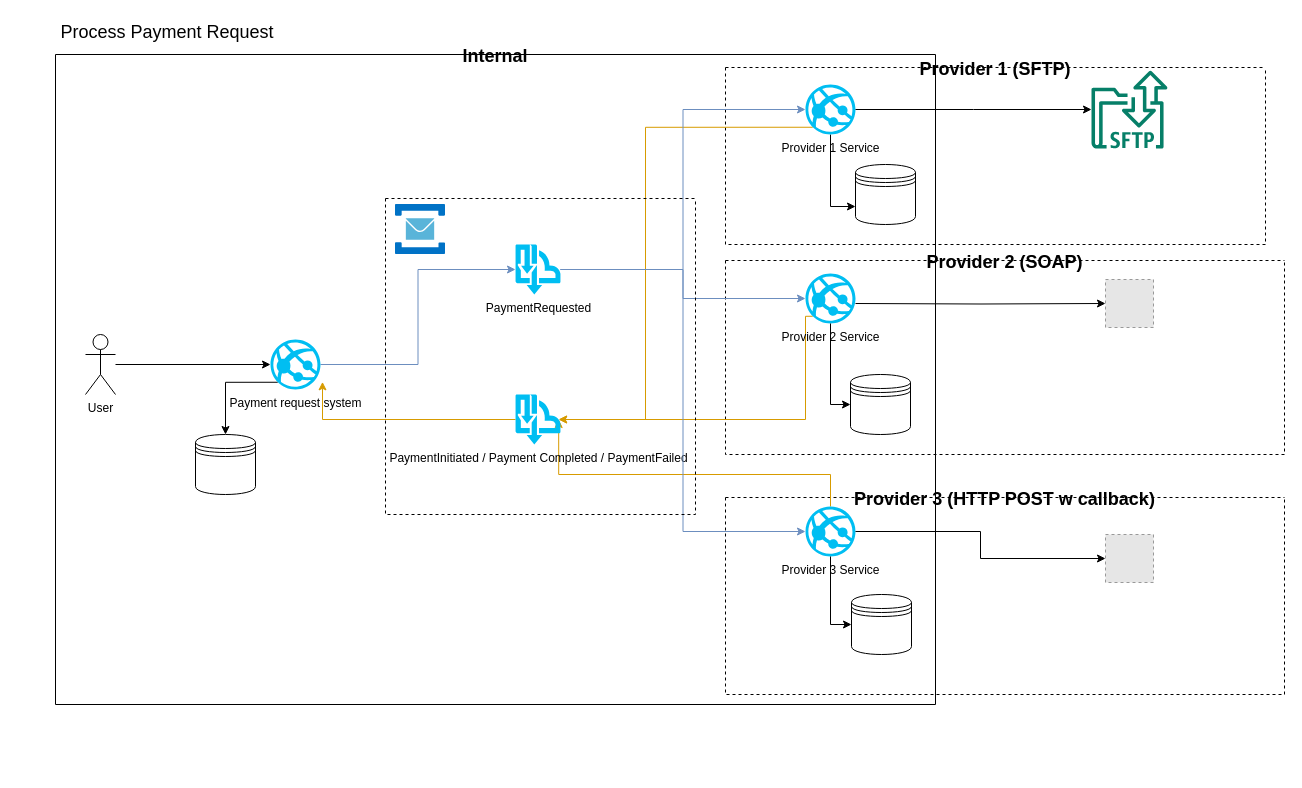
This is system-overview.drawio from blundell89/design-dojo, a draw.io file, before an edit. Source tidied: cells renumbered, new cells numbered last; positions are measured from the earlier drawing's top-left corner, leaving out a move shared by most shapes. Both pictures are drawn from the tidied source at 100%, with x=0, y=0 at pixel (17, 17). Pictures stored in the file or linked from it are replaced by grey dashed boxes.
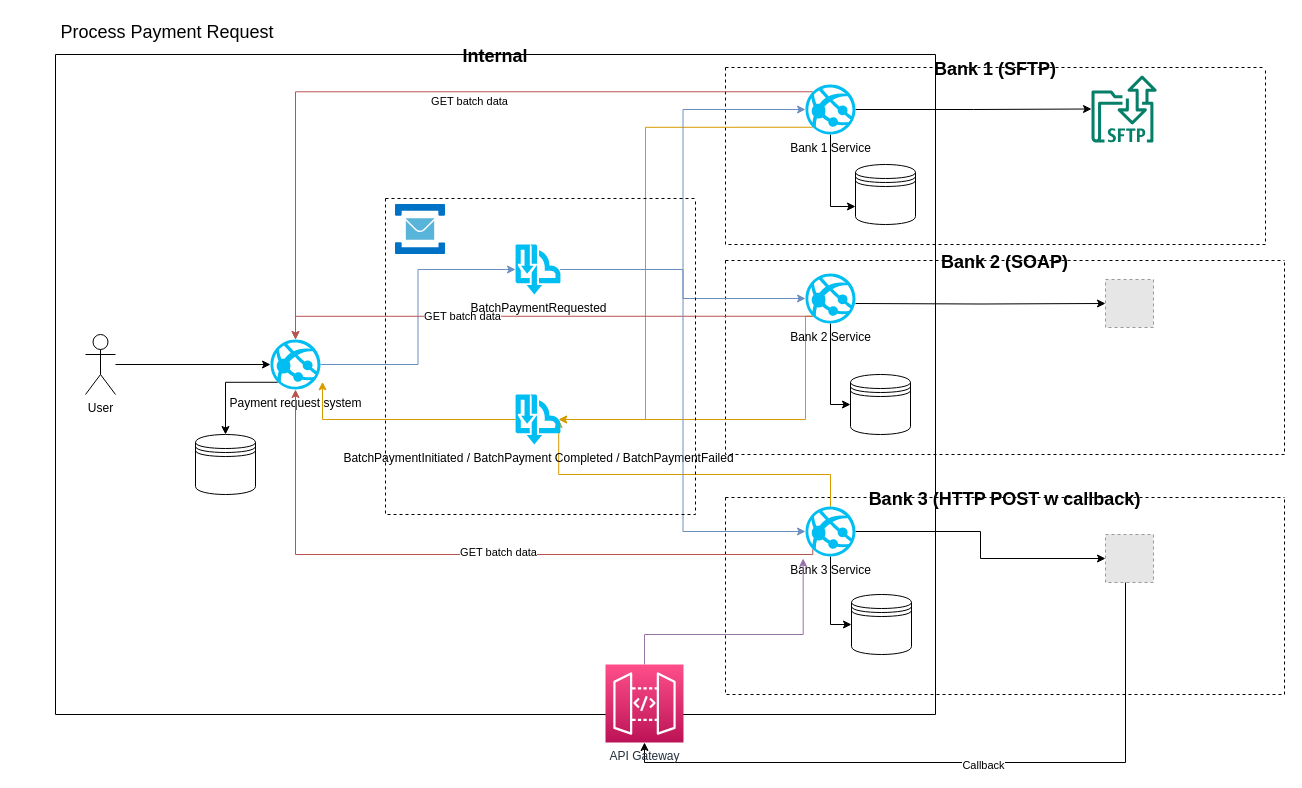
The same page after the edit.

Unchanged cells that the change refers to:
```xml
<mxCell id="5" style="fillColor=#E6E6E6;strokeColor=#999999;dashed=1;verticalLabelPosition=bottom;labelBackgroundColor=#ffffff;verticalAlign=top;" parent="4" vertex="1">
  <mxGeometry x="380" y="19" width="48" height="48" as="geometry" />
</mxCell>
<mxCell id="7" style="fillColor=#E6E6E6;strokeColor=#999999;dashed=1;verticalLabelPosition=bottom;labelBackgroundColor=#ffffff;verticalAlign=top;" parent="6" vertex="1">
  <mxGeometry x="380" y="37" width="48" height="48" as="geometry" />
</mxCell>
<mxCell id="11" value="Payment request system" style="verticalLabelPosition=bottom;html=1;verticalAlign=top;align=center;strokeColor=none;fillColor=#00BEF2;shape=mxgraph.azure.azure_website;" parent="8" vertex="1">
  <mxGeometry x="215" y="285" width="50" height="50" as="geometry" />
</mxCell>
```

Diff of the diagram source:
```diff
@@
-    <mxCell id="2" value="Provider 1 (SFTP)" style="swimlane;startSize=0;dashed=1;fontSize=18;" parent="1" vertex="1">
+    <mxCell id="2" value="Bank 1 (SFTP)" style="swimlane;startSize=0;dashed=1;fontSize=18;" parent="1" vertex="1">
       <mxGeometry x="708" y="50" width="540" height="177" as="geometry" />
     </mxCell>
     <mxCell id="3" style="sketch=0;outlineConnect=0;fontColor=#232F3E;gradientColor=none;fillColor=#067F68;strokeColor=none;dashed=0;verticalLabelPosition=bottom;verticalAlign=top;align=center;html=1;fontSize=12;fontStyle=0;shape=mxgraph.aws4.transfer_for_sftp_resource;" parent="2" vertex="1">
-      <mxGeometry x="366" y="3" width="76" height="78" as="geometry" />
+      <mxGeometry x="366" y="8" width="65.3" height="67" as="geometry" />
     </mxCell>
-    <mxCell id="4" value="Provider 2 (SOAP)" style="swimlane;startSize=0;dashed=1;fontSize=18;" parent="1" vertex="1">
+    <mxCell id="4" value="Bank 2 (SOAP)" style="swimlane;startSize=0;dashed=1;fontSize=18;" parent="1" vertex="1">
       <mxGeometry x="708" y="243" width="559" height="194" as="geometry" />
     </mxCell>
@@
-    <mxCell id="6" value="Provider 3 (HTTP POST w callback)" style="swimlane;startSize=0;dashed=1;fontSize=18;" parent="1" vertex="1">
+    <mxCell id="6" value="Bank 3 (HTTP POST w callback)" style="swimlane;startSize=0;dashed=1;fontSize=18;" parent="1" vertex="1">
       <mxGeometry x="708" y="480" width="559" height="197" as="geometry" />
     </mxCell>
@@
+    <mxCell id="32" style="edgeStyle=orthogonalEdgeStyle;rounded=0;jettySize=auto;html=1;" parent="1" edge="1" source="17" target="3">
+      <mxGeometry relative="1" as="geometry" />
+    </mxCell>
+    <mxCell id="33" style="shape=datastore;whiteSpace=wrap;html=1;" parent="1" vertex="1">
+      <mxGeometry x="833" y="357" width="60" height="60" as="geometry" />
+    </mxCell>
+    <mxCell id="34" style="edgeStyle=orthogonalEdgeStyle;rounded=0;jettySize=auto;html=1;entryX=0;entryY=0.5;entryDx=0;entryDy=0;" parent="1" edge="1" source="19" target="33">
+      <mxGeometry relative="1" as="geometry" />
+    </mxCell>
+    <mxCell id="35" style="shape=datastore;whiteSpace=wrap;html=1;" parent="1" vertex="1">
+      <mxGeometry x="834" y="577" width="60" height="60" as="geometry" />
+    </mxCell>
+    <mxCell id="36" style="edgeStyle=orthogonalEdgeStyle;rounded=0;jettySize=auto;html=1;entryX=0;entryY=0.5;entryDx=0;entryDy=0;" parent="1" edge="1" source="21" target="35">
+      <mxGeometry relative="1" as="geometry" />
+    </mxCell>
+    <mxCell id="37" style="edgeStyle=orthogonalEdgeStyle;rounded=0;jettySize=auto;html=1;entryX=0;entryY=0.5;entryDx=0;entryDy=0;" parent="1" edge="1" target="5">
+      <mxGeometry relative="1" as="geometry">
+        <mxPoint x="838" y="286" as="sourcePoint" />
+      </mxGeometry>
+    </mxCell>
+    <mxCell id="38" style="edgeStyle=orthogonalEdgeStyle;rounded=0;jettySize=auto;html=1;entryX=0;entryY=0.5;entryDx=0;entryDy=0;" parent="1" edge="1" source="21" target="7">
+      <mxGeometry relative="1" as="geometry" />
+    </mxCell>
+    <mxCell id="39" style="edgeStyle=orthogonalEdgeStyle;rounded=0;jettySize=auto;html=1;entryX=0.5;entryY=1;entryDx=0;entryDy=0;entryPerimeter=0;" parent="1" edge="1" source="7" target="48">
+      <mxGeometry relative="1" as="geometry">
+        <Array as="points">
+          <mxPoint x="1108" y="745" />
+          <mxPoint x="627" y="745" />
+        </Array>
+      </mxGeometry>
+    </mxCell>
+    <mxCell id="40" value="Callback" style="edgeLabel;html=1;align=center;verticalAlign=middle;" parent="39" vertex="1">
+      <mxGeometry x="-0.05" y="2" relative="1" as="geometry" />
+    </mxCell>
     <mxCell id="8" value="Internal" style="swimlane;startSize=0;fontSize=18;" parent="1" vertex="1">
-      <mxGeometry x="38" y="37" width="880" height="650" as="geometry" />
+      <mxGeometry x="38" y="37" width="880" height="660" as="geometry" />
     </mxCell>
@@
+    <mxCell id="41" style="edgeStyle=orthogonalEdgeStyle;rounded=0;jettySize=auto;html=1;exitX=0.145;exitY=0.145;exitDx=0;exitDy=0;exitPerimeter=0;entryX=0.5;entryY=0;entryDx=0;entryDy=0;entryPerimeter=0;fillColor=#f8cecc;strokeColor=#b85450;" parent="8" edge="1" source="17" target="11">
+      <mxGeometry relative="1" as="geometry" />
+    </mxCell>
+    <mxCell id="42" value="GET batch data" style="edgeLabel;html=1;align=center;verticalAlign=middle;" parent="41" vertex="1">
+      <mxGeometry x="-0.1" y="9" relative="1" as="geometry" />
+    </mxCell>
-    <mxCell id="17" value="Provider 1 Service" style="verticalLabelPosition=bottom;html=1;verticalAlign=top;align=center;strokeColor=none;fillColor=#00BEF2;shape=mxgraph.azure.azure_website;" parent="8" vertex="1">
+    <mxCell id="17" value="Bank 1 Service" style="verticalLabelPosition=bottom;html=1;verticalAlign=top;align=center;strokeColor=none;fillColor=#00BEF2;shape=mxgraph.azure.azure_website;" parent="8" vertex="1">
       <mxGeometry x="750" y="30" width="50" height="50" as="geometry" />
     </mxCell>
@@
+    <mxCell id="43" style="edgeStyle=orthogonalEdgeStyle;rounded=0;jettySize=auto;html=1;exitX=0.145;exitY=0.855;exitDx=0;exitDy=0;exitPerimeter=0;entryX=0.5;entryY=0;entryDx=0;entryDy=0;entryPerimeter=0;fillColor=#f8cecc;strokeColor=#b85450;" parent="8" edge="1" source="19" target="11">
+      <mxGeometry relative="1" as="geometry" />
+    </mxCell>
+    <mxCell id="44" value="GET batch data" style="edgeLabel;html=1;align=center;verticalAlign=middle;" parent="43" vertex="1">
+      <mxGeometry x="0.3" relative="1" as="geometry" />
+    </mxCell>
-    <mxCell id="19" value="Provider 2 Service" style="verticalLabelPosition=bottom;html=1;verticalAlign=top;align=center;strokeColor=none;fillColor=#00BEF2;shape=mxgraph.azure.azure_website;" parent="8" vertex="1">
+    <mxCell id="19" value="Bank 2 Service" style="verticalLabelPosition=bottom;html=1;verticalAlign=top;align=center;strokeColor=none;fillColor=#00BEF2;shape=mxgraph.azure.azure_website;" parent="8" vertex="1">
       <mxGeometry x="750" y="219" width="50" height="50" as="geometry" />
     </mxCell>
@@
+    <mxCell id="45" style="edgeStyle=orthogonalEdgeStyle;rounded=0;jettySize=auto;html=1;entryX=0.5;entryY=1;entryDx=0;entryDy=0;entryPerimeter=0;fillColor=#f8cecc;strokeColor=#b85450;exitX=0.145;exitY=0.855;exitDx=0;exitDy=0;exitPerimeter=0;" parent="8" edge="1" source="21" target="11">
+      <mxGeometry relative="1" as="geometry">
+        <Array as="points">
+          <mxPoint x="757" y="500" />
+          <mxPoint x="240" y="500" />
+        </Array>
+      </mxGeometry>
+    </mxCell>
+    <mxCell id="46" value="GET batch data" style="edgeLabel;html=1;align=center;verticalAlign=middle;" parent="45" vertex="1">
+      <mxGeometry x="-0.07" y="-3" relative="1" as="geometry" />
+    </mxCell>
-    <mxCell id="21" value="Provider 3 Service" style="verticalLabelPosition=bottom;html=1;verticalAlign=top;align=center;strokeColor=none;fillColor=#00BEF2;shape=mxgraph.azure.azure_website;" parent="8" vertex="1">
+    <mxCell id="21" value="Bank 3 Service" style="verticalLabelPosition=bottom;html=1;verticalAlign=top;align=center;strokeColor=none;fillColor=#00BEF2;shape=mxgraph.azure.azure_website;" parent="8" vertex="1">
       <mxGeometry x="750" y="452" width="50" height="50" as="geometry" />
     </mxCell>
@@
-    <mxCell id="25" value="PaymentInitiated / Payment Completed / PaymentFailed" style="verticalLabelPosition=bottom;html=1;verticalAlign=top;align=center;strokeColor=none;fillColor=#00BEF2;shape=mxgraph.azure.service_bus_topics_and_subscriptions;" parent="8" vertex="1">
+    <mxCell id="25" value="BatchPaymentInitiated / BatchPayment Completed / BatchPaymentFailed" style="verticalLabelPosition=bottom;html=1;verticalAlign=top;align=center;strokeColor=none;fillColor=#00BEF2;shape=mxgraph.azure.service_bus_topics_and_subscriptions;" parent="8" vertex="1">
       <mxGeometry x="460" y="340" width="45" height="50" as="geometry" />
     </mxCell>
@@
-    <mxCell id="29" value="PaymentRequested" style="verticalLabelPosition=bottom;html=1;verticalAlign=top;align=center;strokeColor=none;fillColor=#00BEF2;shape=mxgraph.azure.service_bus_topics_and_subscriptions;" parent="8" vertex="1">
+    <mxCell id="29" value="BatchPaymentRequested" style="verticalLabelPosition=bottom;html=1;verticalAlign=top;align=center;strokeColor=none;fillColor=#00BEF2;shape=mxgraph.azure.service_bus_topics_and_subscriptions;" parent="8" vertex="1">
       <mxGeometry x="460" y="190" width="45" height="50" as="geometry" />
     </mxCell>
@@
-    <mxCell id="32" style="edgeStyle=orthogonalEdgeStyle;rounded=0;jettySize=auto;html=1;" parent="1" edge="1" source="17" target="3">
-      <mxGeometry relative="1" as="geometry" />
-    </mxCell>
-    <mxCell id="33" style="shape=datastore;whiteSpace=wrap;html=1;" parent="1" vertex="1">
-      <mxGeometry x="833" y="357" width="60" height="60" as="geometry" />
-    </mxCell>
-    <mxCell id="34" style="edgeStyle=orthogonalEdgeStyle;rounded=0;jettySize=auto;html=1;entryX=0;entryY=0.5;entryDx=0;entryDy=0;" parent="1" edge="1" source="19" target="33">
-      <mxGeometry relative="1" as="geometry" />
-    </mxCell>
-    <mxCell id="35" style="shape=datastore;whiteSpace=wrap;html=1;" parent="1" vertex="1">
-      <mxGeometry x="834" y="577" width="60" height="60" as="geometry" />
-    </mxCell>
-    <mxCell id="36" style="edgeStyle=orthogonalEdgeStyle;rounded=0;jettySize=auto;html=1;entryX=0;entryY=0.5;entryDx=0;entryDy=0;" parent="1" edge="1" source="21" target="35">
-      <mxGeometry relative="1" as="geometry" />
-    </mxCell>
-    <mxCell id="37" style="edgeStyle=orthogonalEdgeStyle;rounded=0;jettySize=auto;html=1;entryX=0;entryY=0.5;entryDx=0;entryDy=0;" parent="1" edge="1" target="5">
-      <mxGeometry relative="1" as="geometry">
-        <mxPoint x="838" y="286" as="sourcePoint" />
-      </mxGeometry>
-    </mxCell>
-    <mxCell id="38" style="edgeStyle=orthogonalEdgeStyle;rounded=0;jettySize=auto;html=1;entryX=0;entryY=0.5;entryDx=0;entryDy=0;" parent="1" edge="1" source="21" target="7">
-      <mxGeometry relative="1" as="geometry" />
-    </mxCell>
+    <mxCell id="47" style="edgeStyle=orthogonalEdgeStyle;rounded=0;jettySize=auto;html=1;entryX=-0.047;entryY=1.04;entryDx=0;entryDy=0;entryPerimeter=0;fillColor=#e1d5e7;strokeColor=#9673a6;" parent="8" edge="1" source="48" target="21">
+      <mxGeometry relative="1" as="geometry">
+        <Array as="points">
+          <mxPoint x="589" y="580" />
+          <mxPoint x="748" y="580" />
+        </Array>
+      </mxGeometry>
+    </mxCell>
+    <mxCell id="48" value="API Gateway" style="sketch=0;points=[[0,0,0],[0.25,0,0],[0.5,0,0],[0.75,0,0],[1,0,0],[0,1,0],[0.25,1,0],[0.5,1,0],[0.75,1,0],[1,1,0],[0,0.25,0],[0,0.5,0],[0,0.75,0],[1,0.25,0],[1,0.5,0],[1,0.75,0]];outlineConnect=0;fontColor=#232F3E;gradientColor=#FF4F8B;gradientDirection=north;fillColor=#BC1356;strokeColor=#ffffff;dashed=0;verticalLabelPosition=bottom;verticalAlign=top;align=center;html=1;fontSize=12;fontStyle=0;shape=mxgraph.aws4.resourceIcon;resIcon=mxgraph.aws4.api_gateway;" parent="8" vertex="1">
+      <mxGeometry x="550" y="610" width="78" height="78" as="geometry" />
+    </mxCell>
```
